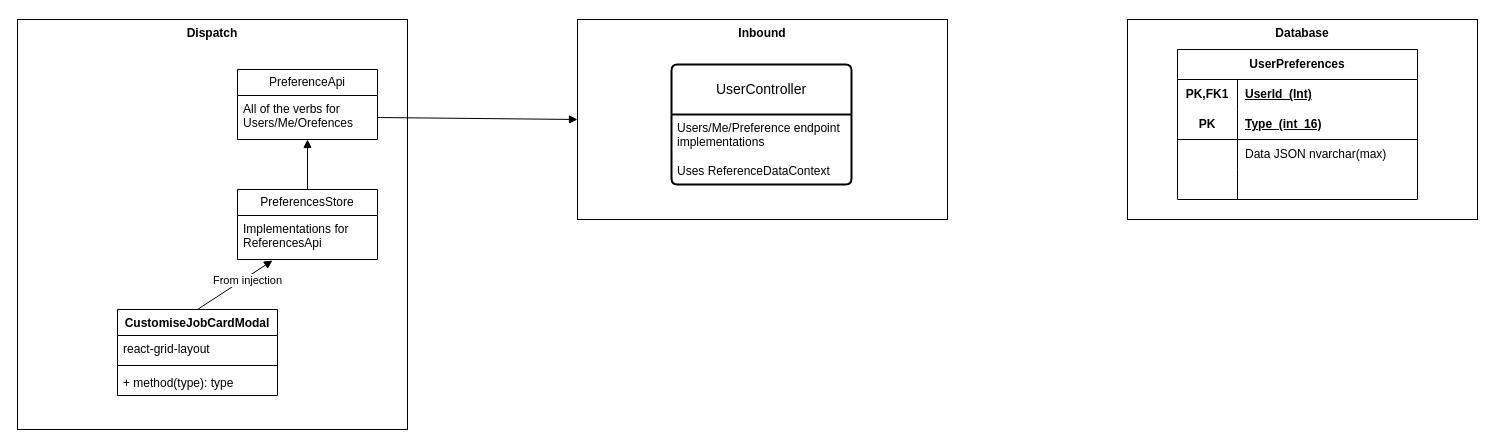
This is CustomJobCard.drawio from gbates-e2open/drawioFiles, a draw.io file, before an edit. Source tidied: cells renumbered, new cells numbered last; positions are measured from the earlier drawing's top-left corner, leaving out a move shared by most shapes. Both pictures are drawn from the tidied source at 100%, with x=0, y=0 at pixel (17, 19).
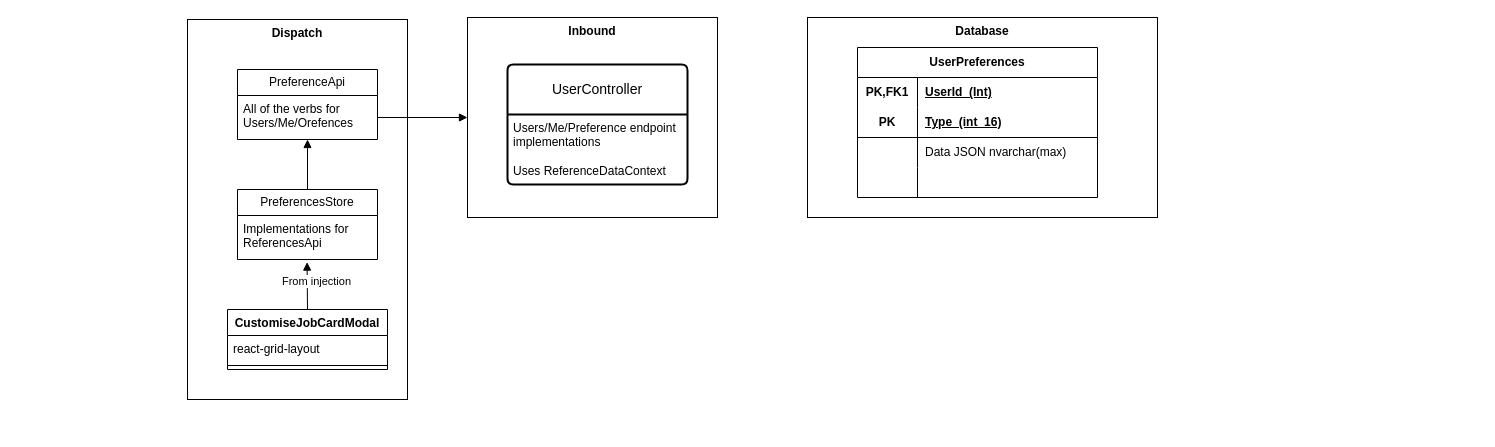
Above is the later version.

Unchanged cells that the change refers to:
```xml
<mxCell id="24" value="Implementations for&amp;nbsp;&lt;div&gt;ReferencesApi&lt;/div&gt;" style="text;strokeColor=none;fillColor=none;align=left;verticalAlign=top;spacingLeft=4;spacingRight=4;overflow=hidden;points=[[0,0.5],[1,0.5]];portConstraint=eastwest;whiteSpace=wrap;html=1;" parent="23" vertex="1">
  <mxGeometry y="26" width="140" height="44" as="geometry" />
</mxCell>
```

Diff of the diagram source:
```diff
@@
     <mxCell id="2" value="&lt;b&gt;Database&lt;/b&gt;" style="html=1;whiteSpace=wrap;verticalAlign=top;" parent="1" vertex="1">
-      <mxGeometry x="1110" width="350" height="200" as="geometry" />
+      <mxGeometry x="790" y="-2" width="350" height="200" as="geometry" />
     </mxCell>
     <mxCell id="3" value="UserPreferences" style="shape=table;startSize=30;childLayout=tableLayout;rowLines=0;fontStyle=1;align=center;html=1;whiteSpace=wrap;" parent="1" vertex="1">
-      <mxGeometry x="1160" y="30" width="240" height="150" as="geometry" />
+      <mxGeometry x="840" y="28" width="240" height="150" as="geometry" />
     </mxCell>
@@
     <mxCell id="16" value="&lt;b&gt;Inbound&lt;/b&gt;" style="html=1;whiteSpace=wrap;verticalAlign=top;" parent="1" vertex="1">
-      <mxGeometry x="560" width="370" height="200" as="geometry" />
+      <mxGeometry x="450" y="-2" width="250" height="200" as="geometry" />
     </mxCell>
     <mxCell id="17" value="UserController" style="swimlane;horizontal=1;startSize=50;rounded=1;fontSize=14;fontStyle=0;strokeWidth=2;shadow=0;dashed=0;align=center;arcSize=4;whiteSpace=wrap;html=1;" parent="1" vertex="1">
-      <mxGeometry x="654" y="45" width="180" height="120" as="geometry" />
+      <mxGeometry x="490" y="45" width="180" height="120" as="geometry" />
     </mxCell>
@@
     <mxCell id="19" value="&lt;b&gt;Dispatch&lt;/b&gt;" style="html=1;whiteSpace=wrap;verticalAlign=top;" parent="1" vertex="1">
-      <mxGeometry width="390" height="410" as="geometry" />
+      <mxGeometry x="170" width="220" height="380" as="geometry" />
     </mxCell>
@@
     <mxCell id="26" value="CustomiseJobCardModal" style="swimlane;fontStyle=1;align=center;verticalAlign=top;horizontal=1;startSize=26;whiteSpace=wrap;html=1;" parent="1" vertex="1">
-      <mxGeometry x="100" y="290" width="160" height="86" as="geometry" />
+      <mxGeometry x="210" y="290" width="160" height="60" as="geometry" />
     </mxCell>
@@
-    <mxCell id="29" value="+ method(type): type" style="text;strokeColor=none;fillColor=none;align=left;verticalAlign=top;spacingLeft=4;spacingRight=4;overflow=hidden;whiteSpace=wrap;html=1;" parent="26" vertex="1">
-      <mxGeometry y="60" width="160" height="26" as="geometry" />
-    </mxCell>
-    <mxCell id="30" value="From injection" style="html=1;verticalAlign=bottom;endArrow=block;curved=0;rounded=0;exitX=0.5;exitY=0;exitDx=0;exitDy=0;entryX=0.25;entryY=1.023;entryDx=0;entryDy=0;entryPerimeter=0;" parent="1" edge="1" source="26" target="24">
-      <mxGeometry x="0.18" y="-11" relative="1" as="geometry" />
+    <mxCell id="30" value="From injection" style="html=1;verticalAlign=bottom;endArrow=block;curved=0;rounded=0;exitX=0.5;exitY=0;exitDx=0;exitDy=0;entryX=0.497;entryY=1.059;entryDx=0;entryDy=0;entryPerimeter=0;" parent="1" edge="1" source="26" target="24">
+      <mxGeometry x="-0.2" y="-9" relative="1" as="geometry" />
     </mxCell>
```
